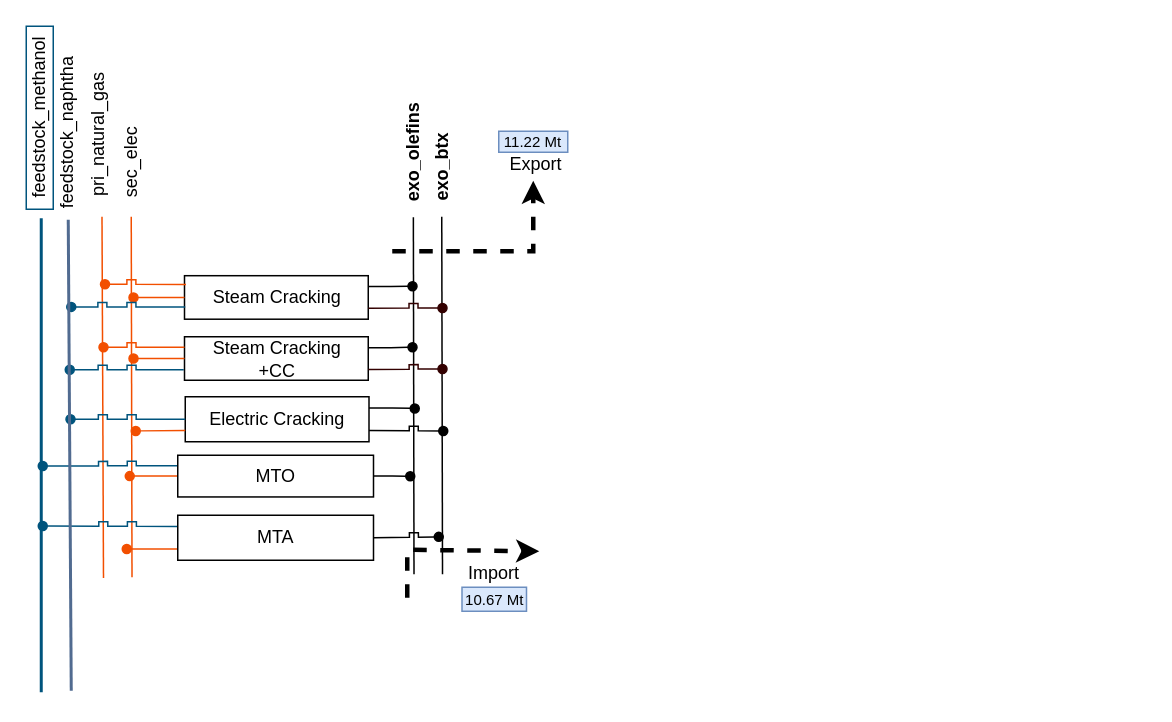
Above: page "phD_CO2_Chemi_TAM_new_v05" (1 of 2) of PhD_circularities.drawio in anik-ier/TAM_Industry_RES (draw.io), before the change. Source tidied: cells renumbered, new cells numbered last; positions are measured from the earlier drawing's top-left corner, leaving out a move shared by most shapes. Both pictures are drawn from the tidied source at 150%, with x=0, y=0 at pixel (-52, 51).
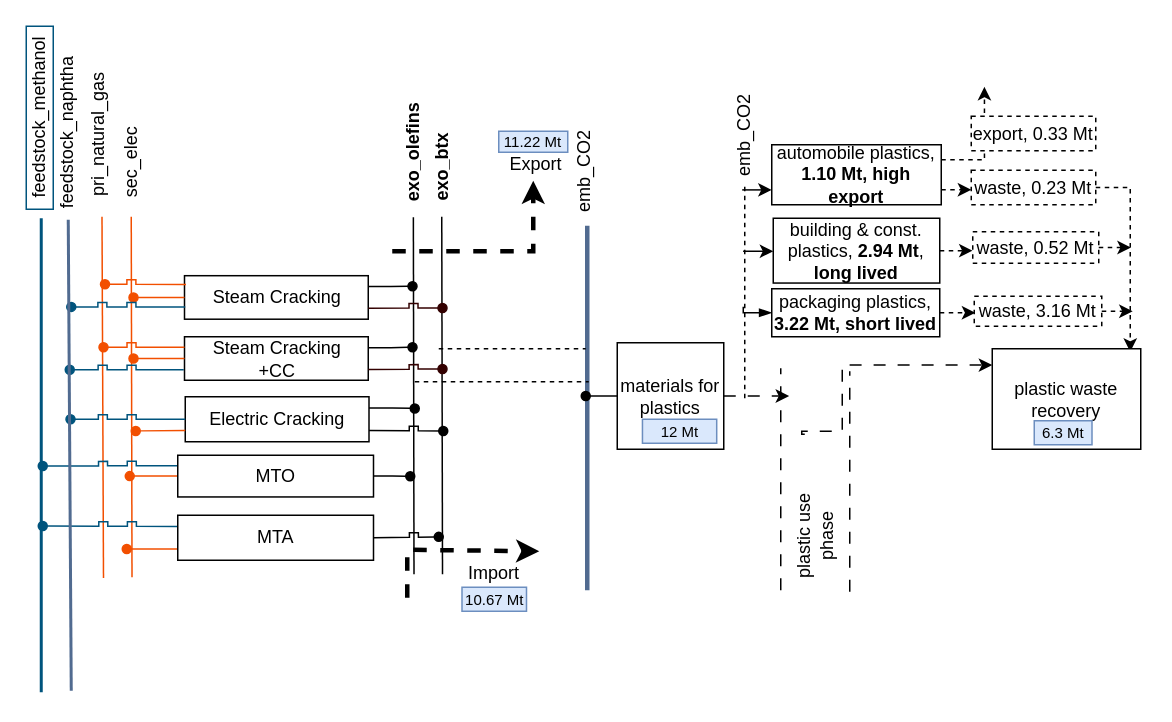
The same page after the edit.

The edit, as a diff of the source:
```diff
@@
+    <mxCell id="62" parent="0" />
+    <mxCell id="63" style="group;" parent="62" vertex="1">
+      <mxGeometry x="311" y="38" width="130" height="321" as="geometry" />
+    </mxCell>
+    <mxCell id="64" style="group;" parent="63" vertex="1">
+      <mxGeometry x="100" width="30" height="321" as="geometry" />
+    </mxCell>
+    <mxCell id="65" style="endArrow=none;html=1;rounded=0;strokeWidth=3;strokeColor=#516B90;" parent="64" edge="1">
+      <mxGeometry relative="1" as="geometry">
+        <mxPoint x="15" y="321" as="sourcePoint" />
+        <mxPoint x="15" y="78" as="targetPoint" />
+      </mxGeometry>
+    </mxCell>
+    <mxCell id="66" value="emb_CO2" style="text;html=1;align=center;verticalAlign=middle;whiteSpace=wrap;rounded=0;rotation=-90;" parent="64" vertex="1">
+      <mxGeometry x="-17" y="27" width="60" height="30" as="geometry" />
+    </mxCell>
+    <mxCell id="67" style="endArrow=none;dashed=1;html=1;rounded=0;" parent="64" edge="1">
+      <mxGeometry relative="1" as="geometry">
+        <mxPoint x="-84" y="160" as="sourcePoint" />
+        <mxPoint x="14" y="160" as="targetPoint" />
+      </mxGeometry>
+    </mxCell>
+    <mxCell id="68" style="endArrow=none;dashed=1;html=1;rounded=0;" parent="63" edge="1">
+      <mxGeometry relative="1" as="geometry">
+        <mxPoint y="182" as="sourcePoint" />
+        <mxPoint x="116" y="182" as="targetPoint" />
+      </mxGeometry>
+    </mxCell>
+    <mxCell id="69" style="group;" parent="62" vertex="1">
+      <mxGeometry x="425" y="194" width="135.6" height="71" as="geometry" />
+    </mxCell>
+    <mxCell id="70" style="edgeStyle=orthogonalEdgeStyle;rounded=0;jettySize=auto;html=1;exitX=0;exitY=0.5;exitDx=0;exitDy=0;endArrow=oval;endFill=1;" parent="69" edge="1" source="71">
+      <mxGeometry relative="1" as="geometry">
+        <mxPoint y="35" as="targetPoint" />
+      </mxGeometry>
+    </mxCell>
+    <mxCell id="71" value="materials for plastics" style="rounded=0;whiteSpace=wrap;html=1;" parent="69" vertex="1">
+      <mxGeometry x="21" width="71" height="71" as="geometry" />
+    </mxCell>
+    <mxCell id="72" value="&lt;font style=&quot;font-size: 10px;&quot;&gt;12 Mt&lt;/font&gt;" style="text;html=1;align=center;verticalAlign=middle;whiteSpace=wrap;rounded=0;fillColor=#dae8fc;strokeColor=#6c8ebf;" parent="69" vertex="1">
+      <mxGeometry x="37.8" y="51" width="49.5" height="16" as="geometry" />
+    </mxCell>
+    <mxCell id="73" parent="0" />
+    <mxCell id="74" style="edgeStyle=orthogonalEdgeStyle;rounded=0;orthogonalLoop=1;jettySize=auto;html=1;exitX=0;exitY=0.5;exitDx=0;exitDy=0;entryX=0;entryY=0.5;entryDx=0;entryDy=0;" parent="73" edge="1">
+      <mxGeometry relative="1" as="geometry">
+        <mxPoint x="529.9" y="133" as="sourcePoint" />
+        <mxPoint x="550" y="133" as="targetPoint" />
+      </mxGeometry>
+    </mxCell>
+    <mxCell id="75" style="edgeStyle=orthogonalEdgeStyle;rounded=0;orthogonalLoop=1;jettySize=auto;html=1;exitX=0;exitY=0.75;exitDx=0;exitDy=0;entryX=0;entryY=0.75;entryDx=0;entryDy=0;" parent="73" edge="1">
+      <mxGeometry relative="1" as="geometry">
+        <mxPoint x="529.3" y="92.1" as="sourcePoint" />
+        <mxPoint x="549" y="92" as="targetPoint" />
+      </mxGeometry>
+    </mxCell>
+    <mxCell id="76" style="edgeStyle=orthogonalEdgeStyle;rounded=0;orthogonalLoop=1;jettySize=auto;html=1;endArrow=blockThin;endFill=1;entryX=0;entryY=0.5;entryDx=0;entryDy=0;" parent="73" edge="1">
+      <mxGeometry relative="1" as="geometry">
+        <mxPoint x="530" y="170" as="sourcePoint" />
+        <mxPoint x="549" y="174" as="targetPoint" />
+        <Array as="points">
+          <mxPoint x="530" y="174" />
+        </Array>
+      </mxGeometry>
+    </mxCell>
+    <mxCell id="77" style="group;" parent="73" vertex="1">
+      <mxGeometry x="516" y="26" width="30" height="205" as="geometry" />
+    </mxCell>
+    <mxCell id="78" style="endArrow=none;dashed=1;html=1;rounded=0;" parent="77" edge="1">
+      <mxGeometry relative="1" as="geometry">
+        <mxPoint x="15" y="205" as="sourcePoint" />
+        <mxPoint x="15" y="63" as="targetPoint" />
+      </mxGeometry>
+    </mxCell>
+    <mxCell id="79" value="emb_CO2" style="text;html=1;align=center;verticalAlign=middle;whiteSpace=wrap;rounded=0;rotation=-90;" parent="77" vertex="1">
+      <mxGeometry x="-15" y="15" width="60" height="30" as="geometry" />
+    </mxCell>
+    <mxCell id="80" value="automobile plastics, &lt;b&gt;1.10 Mt, high export&lt;/b&gt;" style="whiteSpace=wrap;html=1;" parent="73" vertex="1">
+      <mxGeometry x="549" y="62" width="113" height="40" as="geometry" />
+    </mxCell>
+    <mxCell id="81" value="building &amp;amp; const. plastics, &lt;b&gt;2.94 Mt&lt;/b&gt;, &lt;b&gt;long lived&lt;/b&gt;" style="whiteSpace=wrap;html=1;" parent="73" vertex="1">
+      <mxGeometry x="550" y="111" width="111" height="43.2" as="geometry" />
+    </mxCell>
+    <mxCell id="82" value="packaging plastics, &lt;b&gt;3.22 Mt, short lived&lt;/b&gt;" style="whiteSpace=wrap;html=1;" parent="73" vertex="1">
+      <mxGeometry x="549" y="158" width="112" height="32" as="geometry" />
+    </mxCell>
+    <mxCell id="83" style="group;" parent="73" vertex="1">
+      <mxGeometry x="555" y="116" width="106" height="244" as="geometry" />
+    </mxCell>
+    <mxCell id="84" style="endArrow=none;html=1;rounded=0;dashed=1;dashPattern=8 8;" parent="83" edge="1">
+      <mxGeometry relative="1" as="geometry">
+        <mxPoint y="243" as="sourcePoint" />
+        <mxPoint y="95" as="targetPoint" />
+      </mxGeometry>
+    </mxCell>
+    <mxCell id="85" style="endArrow=none;html=1;rounded=0;dashed=1;dashPattern=8 8;" parent="83" edge="1">
+      <mxGeometry relative="1" as="geometry">
+        <mxPoint x="46" y="244" as="sourcePoint" />
+        <mxPoint x="46" y="97" as="targetPoint" />
+      </mxGeometry>
+    </mxCell>
+    <mxCell id="86" value="plastic use phase" style="text;html=1;align=center;verticalAlign=middle;whiteSpace=wrap;rounded=0;rotation=-90;" parent="83" vertex="1">
+      <mxGeometry x="-7" y="192" width="60" height="30" as="geometry" />
+    </mxCell>
+    <mxCell id="87" style="edgeStyle=orthogonalEdgeStyle;rounded=0;orthogonalLoop=1;jettySize=auto;html=1;exitX=1;exitY=0.25;exitDx=0;exitDy=0;dashed=1;" parent="73" edge="1">
+      <mxGeometry relative="1" as="geometry">
+        <mxPoint x="662" y="72" as="sourcePoint" />
+        <mxPoint x="690.8" y="23.4" as="targetPoint" />
+        <Array as="points">
+          <mxPoint x="691" y="72" />
+        </Array>
+      </mxGeometry>
+    </mxCell>
+    <mxCell id="88" value="export, 0.33 Mt" style="whiteSpace=wrap;html=1;dashed=1;" parent="73" vertex="1">
+      <mxGeometry x="682" y="43" width="83" height="23" as="geometry" />
+    </mxCell>
+    <mxCell id="89" style="edgeStyle=orthogonalEdgeStyle;rounded=0;orthogonalLoop=1;jettySize=auto;html=1;exitX=1;exitY=0.5;exitDx=0;exitDy=0;dashed=1;dashPattern=8 8;" parent="73" edge="1">
+      <mxGeometry relative="1" as="geometry">
+        <mxPoint x="517" y="229.5" as="sourcePoint" />
+        <mxPoint x="560.6" y="229.5" as="targetPoint" />
+      </mxGeometry>
+    </mxCell>
+    <mxCell id="90" parent="0" />
+    <mxCell id="91" style="edgeStyle=orthogonalEdgeStyle;rounded=0;orthogonalLoop=1;jettySize=auto;html=1;exitX=1;exitY=0.75;exitDx=0;exitDy=0;dashed=1;" parent="90" edge="1">
+      <mxGeometry relative="1" as="geometry">
+        <mxPoint x="662" y="92" as="sourcePoint" />
+        <mxPoint x="682" y="92.1" as="targetPoint" />
+      </mxGeometry>
+    </mxCell>
+    <mxCell id="92" style="edgeStyle=orthogonalEdgeStyle;rounded=0;orthogonalLoop=1;jettySize=auto;html=1;exitX=1;exitY=0.5;exitDx=0;exitDy=0;dashed=1;" parent="90" edge="1">
+      <mxGeometry relative="1" as="geometry">
+        <mxPoint x="661" y="132.6" as="sourcePoint" />
+        <mxPoint x="682.9" y="133" as="targetPoint" />
+      </mxGeometry>
+    </mxCell>
+    <mxCell id="93" style="edgeStyle=orthogonalEdgeStyle;rounded=0;orthogonalLoop=1;jettySize=auto;html=1;exitX=1;exitY=0.5;exitDx=0;exitDy=0;dashed=1;" parent="90" edge="1">
+      <mxGeometry relative="1" as="geometry">
+        <mxPoint x="661" y="174" as="sourcePoint" />
+        <mxPoint x="684.7" y="173.9" as="targetPoint" />
+      </mxGeometry>
+    </mxCell>
+    <mxCell id="94" value="waste, 3.16 Mt" style="whiteSpace=wrap;html=1;dashed=1;" parent="90" vertex="1">
+      <mxGeometry x="684" y="163" width="85" height="20" as="geometry" />
+    </mxCell>
+    <mxCell id="95" value="waste, 0.52 Mt" style="whiteSpace=wrap;html=1;dashed=1;" parent="90" vertex="1">
+      <mxGeometry x="683" y="120" width="84" height="21" as="geometry" />
+    </mxCell>
+    <mxCell id="96" value="waste, 0.23 Mt" style="whiteSpace=wrap;html=1;dashed=1;" parent="90" vertex="1">
+      <mxGeometry x="682" y="79" width="83" height="23" as="geometry" />
+    </mxCell>
+    <mxCell id="97" style="edgeStyle=orthogonalEdgeStyle;rounded=0;orthogonalLoop=1;jettySize=auto;html=1;exitX=1;exitY=0.5;exitDx=0;exitDy=0;entryX=0.928;entryY=0.025;entryDx=0;entryDy=0;entryPerimeter=0;dashed=1;" parent="90" edge="1">
+      <mxGeometry relative="1" as="geometry">
+        <mxPoint x="765" y="90.5" as="sourcePoint" />
+        <mxPoint x="788" y="200" as="targetPoint" />
+        <Array as="points">
+          <mxPoint x="788" y="90" />
+        </Array>
+      </mxGeometry>
+    </mxCell>
+    <mxCell id="98" style="edgeStyle=orthogonalEdgeStyle;rounded=0;orthogonalLoop=1;jettySize=auto;html=1;exitX=1;exitY=0.5;exitDx=0;exitDy=0;dashed=1;" parent="90" edge="1">
+      <mxGeometry relative="1" as="geometry">
+        <mxPoint x="769" y="173" as="sourcePoint" />
+        <mxPoint x="789.6" y="173" as="targetPoint" />
+      </mxGeometry>
+    </mxCell>
+    <mxCell id="99" style="edgeStyle=orthogonalEdgeStyle;rounded=0;orthogonalLoop=1;jettySize=auto;html=1;exitX=1;exitY=0.5;exitDx=0;exitDy=0;dashed=1;" parent="90" edge="1">
+      <mxGeometry relative="1" as="geometry">
+        <mxPoint x="767" y="130.5" as="sourcePoint" />
+        <mxPoint x="788.4" y="130.4" as="targetPoint" />
+      </mxGeometry>
+    </mxCell>
+    <mxCell id="100" value="plastic waste recovery" style="rounded=0;whiteSpace=wrap;html=1;" parent="90" vertex="1">
+      <mxGeometry x="696" y="198" width="99" height="67" as="geometry" />
+    </mxCell>
+    <mxCell id="101" value="&lt;font style=&quot;font-size: 10px;&quot;&gt;6.3 Mt&lt;/font&gt;" style="text;html=1;align=center;verticalAlign=middle;whiteSpace=wrap;rounded=0;fillColor=#dae8fc;strokeColor=#6c8ebf;" parent="90" vertex="1">
+      <mxGeometry x="724" y="246" width="38.5" height="16" as="geometry" />
+    </mxCell>
+    <mxCell id="102" style="edgeStyle=orthogonalEdgeStyle;rounded=0;orthogonalLoop=1;jettySize=auto;html=1;entryX=0;entryY=0.163;entryDx=0;entryDy=0;dashed=1;dashPattern=8 8;entryPerimeter=0;" parent="90" edge="1">
+      <mxGeometry relative="1" as="geometry">
+        <mxPoint x="571" y="255" as="sourcePoint" />
+        <mxPoint x="696" y="208.9" as="targetPoint" />
+        <Array as="points">
+          <mxPoint x="569" y="253" />
+          <mxPoint x="596" y="253" />
+          <mxPoint x="596" y="208" />
+        </Array>
+      </mxGeometry>
+    </mxCell>
```
